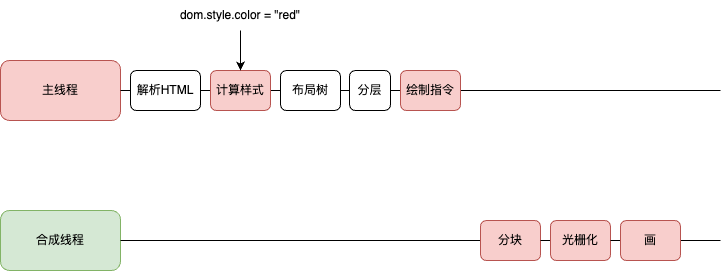
Before: 浏览器:重绘repaint.drawio.png, a diagram exported from draw.io (JYbill/draw). Source tidied: cells renumbered, new cells last; positions are measured from the earlier drawing's top-left corner, leaving out a move shared by most shapes.
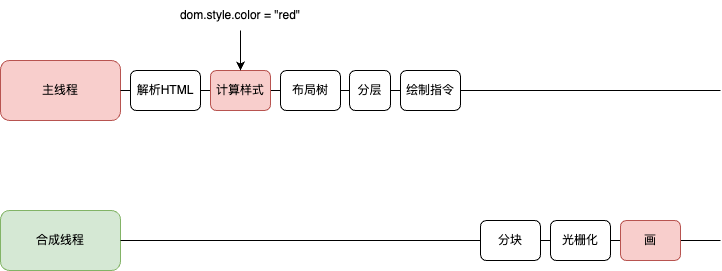
Later version of the same file.

Commit message:
更新浏览器:重绘repaint.drawio.png

Diff of the diagram source:
```diff
@@ -45,19 +45,19 @@
     <mxCell id="14" style="endArrow=none;html=1;rounded=0;exitX=1;exitY=0.5;exitDx=0;exitDy=0;" parent="1" edge="1" source="13" target="15">
       <mxGeometry relative="1" as="geometry" />
     </mxCell>
-    <mxCell id="15" value="绘制指令" style="rounded=1;whiteSpace=wrap;html=1;fillColor=#f8cecc;strokeColor=#b85450;" parent="1" vertex="1">
+    <mxCell id="15" value="绘制指令" style="rounded=1;whiteSpace=wrap;html=1;" parent="1" vertex="1">
       <mxGeometry x="400" y="70" width="60" height="40" as="geometry" />
     </mxCell>
     <mxCell id="16" style="endArrow=none;html=1;rounded=0;exitX=1;exitY=0.5;exitDx=0;exitDy=0;endFill=0;" parent="1" edge="1" source="8" target="17">
       <mxGeometry relative="1" as="geometry" />
     </mxCell>
-    <mxCell id="17" value="分块" style="rounded=1;whiteSpace=wrap;html=1;fillColor=#f8cecc;strokeColor=#b85450;" parent="1" vertex="1">
+    <mxCell id="17" value="分块" style="rounded=1;whiteSpace=wrap;html=1;" parent="1" vertex="1">
       <mxGeometry x="480" y="220" width="60" height="40" as="geometry" />
     </mxCell>
     <mxCell id="18" style="endArrow=none;html=1;rounded=0;exitX=1;exitY=0.5;exitDx=0;exitDy=0;endFill=0;" parent="1" edge="1" source="17" target="19">
       <mxGeometry relative="1" as="geometry" />
     </mxCell>
-    <mxCell id="19" value="光栅化" style="rounded=1;whiteSpace=wrap;html=1;fillColor=#f8cecc;strokeColor=#b85450;" parent="1" vertex="1">
+    <mxCell id="19" value="光栅化" style="rounded=1;whiteSpace=wrap;html=1;" parent="1" vertex="1">
       <mxGeometry x="550" y="220" width="60" height="40" as="geometry" />
     </mxCell>
     <mxCell id="20" style="endArrow=none;html=1;rounded=0;exitX=1;exitY=0.5;exitDx=0;exitDy=0;endFill=0;" parent="1" edge="1" source="19" target="21">
```
